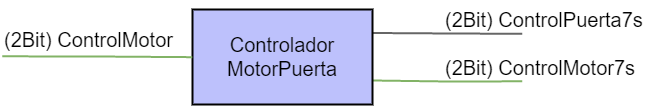
Before: Pictures/BloqueMotorPuerta.png, a diagram exported from draw.io (enheragu/Elevator-VHDL). Source tidied: cells renumbered, new cells last; positions are measured from the earlier drawing's top-left corner, leaving out a move shared by most shapes.
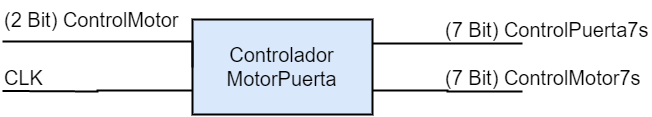
The same file after the commit.

What changed in the source:
```diff
@@ -1,42 +1,51 @@
-<mxGraphModel background="#ffffff">
+<mxGraphModel>
   <root>
     <mxCell id="0" style="html=1;" />
     <mxCell id="1" style="html=1;" parent="0" />
-    <mxCell id="2" style="edgeStyle=orthogonalEdgeStyle;rounded=0;html=1;exitX=1;exitY=0.25;startArrow=none;startFill=0;endArrow=none;endFill=0;jettySize=auto;strokeColor=#666666;strokeWidth=2;" parent="1" edge="1" source="4">
-      <mxGeometry relative="1" as="geometry">
-        <mxPoint x="520" y="32" as="targetPoint" />
-        <Array as="points">
-          <mxPoint x="445" y="32" />
-        </Array>
-      </mxGeometry>
-    </mxCell>
-    <mxCell id="3" style="edgeStyle=orthogonalEdgeStyle;rounded=0;html=1;exitX=1;exitY=0.75;startArrow=none;startFill=0;endArrow=none;endFill=0;jettySize=auto;strokeColor=#82b366;strokeWidth=2;fillColor=#d5e8d4;" parent="1" edge="1" source="4">
-      <mxGeometry relative="1" as="geometry">
-        <mxPoint x="520" y="80" as="targetPoint" />
-        <Array as="points">
-          <mxPoint x="445" y="80" />
-        </Array>
-      </mxGeometry>
-    </mxCell>
-    <mxCell id="4" value="&lt;span style=&quot;font-size: 20px&quot;&gt;Controlador MotorPuerta&lt;/span&gt;" style="whiteSpace=wrap;html=1;strokeColor=#000000;strokeWidth=2;fillColor=#BDC1FC;" parent="1" vertex="1">
+    <mxCell id="4" value="&lt;span style=&quot;font-size: 20px&quot;&gt;Controlador MotorPuerta&lt;/span&gt;" style="whiteSpace=wrap;html=1;strokeColor=#000000;strokeWidth=2;fillColor=#dae8fc;" parent="1" vertex="1">
       <mxGeometry x="190" y="8" width="180" height="95" as="geometry" />
     </mxCell>
-    <mxCell id="5" style="edgeStyle=orthogonalEdgeStyle;rounded=0;html=1;exitX=0;exitY=0.5;startArrow=none;startFill=0;endArrow=none;endFill=0;jettySize=auto;strokeColor=#82b366;strokeWidth=2;fillColor=#d5e8d4;" parent="1" edge="1" source="4">
+    <mxCell id="5" style="edgeStyle=orthogonalEdgeStyle;rounded=0;html=1;exitX=0;exitY=0.5;startArrow=none;startFill=0;endArrow=none;endFill=0;jettySize=auto;strokeColor=#000000;strokeWidth=2;fillColor=#d5e8d4;" parent="1" edge="1" source="4">
       <mxGeometry relative="1" as="geometry">
-        <mxPoint y="55" as="targetPoint" />
+        <mxPoint y="30" as="targetPoint" />
         <Array as="points">
-          <mxPoint x="95" y="55" />
+          <mxPoint x="190" y="30" />
+          <mxPoint y="30" />
         </Array>
       </mxGeometry>
     </mxCell>
-    <mxCell id="6" value="&lt;span style=&quot;color: rgb(0 , 0 , 0) ; font-family: &amp;#34;helvetica&amp;#34; ; font-size: 20px ; font-style: normal ; font-weight: normal ; letter-spacing: normal ; text-align: left ; text-indent: 0px ; text-transform: none ; white-space: nowrap ; word-spacing: 0px ; display: inline ; float: none ; background-color: rgb(255 , 255 , 255)&quot;&gt;(2Bit) ControlMotor&lt;/span&gt;" style="text;html=1;" parent="1" vertex="1">
-      <mxGeometry y="20" width="70" height="30" as="geometry" />
+    <mxCell id="6" value="&lt;span style=&quot;color: rgb(0 , 0 , 0) ; font-family: &amp;#34;helvetica&amp;#34; ; font-size: 20px ; font-style: normal ; font-weight: normal ; letter-spacing: normal ; text-align: left ; text-indent: 0px ; text-transform: none ; white-space: nowrap ; word-spacing: 0px ; display: inline ; float: none ; background-color: rgb(255 , 255 , 255)&quot;&gt;(2 Bit) ControlMotor&lt;/span&gt;" style="text;html=1;" parent="1" vertex="1">
+      <mxGeometry y="-10" width="70" height="30" as="geometry" />
     </mxCell>
+    <mxCell id="2" style="edgeStyle=orthogonalEdgeStyle;rounded=0;html=1;exitX=1;exitY=0.25;startArrow=none;startFill=0;endArrow=none;endFill=0;jettySize=auto;strokeColor=#000000;strokeWidth=2;" parent="1" edge="1" source="4">
+      <mxGeometry relative="1" as="geometry">
+        <mxPoint x="520" y="32" as="targetPoint" />
+        <Array as="points">
+          <mxPoint x="445" y="32" />
+        </Array>
+      </mxGeometry>
+    </mxCell>
+    <mxCell id="3" style="edgeStyle=orthogonalEdgeStyle;rounded=0;html=1;exitX=1;exitY=0.75;startArrow=none;startFill=0;endArrow=none;endFill=0;jettySize=auto;strokeColor=#000000;strokeWidth=2;fillColor=#d5e8d4;" parent="1" edge="1" source="4">
+      <mxGeometry relative="1" as="geometry">
+        <mxPoint x="520" y="80" as="targetPoint" />
+        <Array as="points">
+          <mxPoint x="445" y="80" />
+        </Array>
+      </mxGeometry>
+    </mxCell>
-    <mxCell id="7" value="&lt;span style=&quot;color: rgb(0 , 0 , 0) ; font-family: &amp;#34;helvetica&amp;#34; ; font-size: 20px ; font-style: normal ; font-weight: normal ; letter-spacing: normal ; text-align: left ; text-indent: 0px ; text-transform: none ; white-space: nowrap ; word-spacing: 0px ; display: inline ; float: none ; background-color: rgb(255 , 255 , 255)&quot;&gt;(2Bit) ControlMotor7s&lt;/span&gt;" style="text;html=1;" parent="1" vertex="1">
+    <mxCell id="7" value="&lt;span style=&quot;color: rgb(0 , 0 , 0) ; font-family: &amp;#34;helvetica&amp;#34; ; font-size: 20px ; font-style: normal ; font-weight: normal ; letter-spacing: normal ; text-align: left ; text-indent: 0px ; text-transform: none ; white-space: nowrap ; word-spacing: 0px ; display: inline ; float: none ; background-color: rgb(255 , 255 , 255)&quot;&gt;(7 Bit) ControlMotor7s&lt;/span&gt;" style="text;html=1;" parent="1" vertex="1">
       <mxGeometry x="441.4" y="48" width="70" height="30" as="geometry" />
     </mxCell>
-    <mxCell id="8" value="&lt;span style=&quot;color: rgb(0 , 0 , 0) ; font-family: &amp;#34;helvetica&amp;#34; ; font-size: 20px ; font-style: normal ; font-weight: normal ; letter-spacing: normal ; text-align: left ; text-indent: 0px ; text-transform: none ; white-space: nowrap ; word-spacing: 0px ; display: inline ; float: none ; background-color: rgb(255 , 255 , 255)&quot;&gt;(2Bit) ControlPuerta7s&lt;/span&gt;" style="text;html=1;" parent="1" vertex="1">
+    <mxCell id="8" value="&lt;span style=&quot;color: rgb(0 , 0 , 0) ; font-family: &amp;#34;helvetica&amp;#34; ; font-size: 20px ; font-style: normal ; font-weight: normal ; letter-spacing: normal ; text-align: left ; text-indent: 0px ; text-transform: none ; white-space: nowrap ; word-spacing: 0px ; display: inline ; float: none ; background-color: rgb(255 , 255 , 255)&quot;&gt;(7 Bit) ControlPuerta7s&lt;/span&gt;" style="text;html=1;" parent="1" vertex="1">
       <mxGeometry x="441.4" width="70" height="30" as="geometry" />
     </mxCell>
+    <mxCell id="9" style="edgeStyle=orthogonalEdgeStyle;rounded=0;html=1;exitX=0;exitY=0.75;startArrow=none;startFill=0;endArrow=none;endFill=0;jettySize=auto;strokeColor=#000000;strokeWidth=2;" parent="1" edge="1" source="4">
+      <mxGeometry relative="1" as="geometry">
+        <mxPoint y="79.5" as="targetPoint" />
+      </mxGeometry>
+    </mxCell>
+    <mxCell id="10" value="&lt;span style=&quot;color: rgb(0 , 0 , 0) ; font-family: &amp;#34;helvetica&amp;#34; ; font-size: 20px ; font-style: normal ; font-weight: normal ; letter-spacing: normal ; text-align: left ; text-indent: 0px ; text-transform: none ; white-space: nowrap ; word-spacing: 0px ; display: inline ; float: none ; background-color: rgb(255 , 255 , 255)&quot;&gt;CLK&lt;/span&gt;" style="text;html=1;" parent="1" vertex="1">
+      <mxGeometry y="48" width="70" height="30" as="geometry" />
+    </mxCell>
   </root>
 </mxGraphModel>
```
